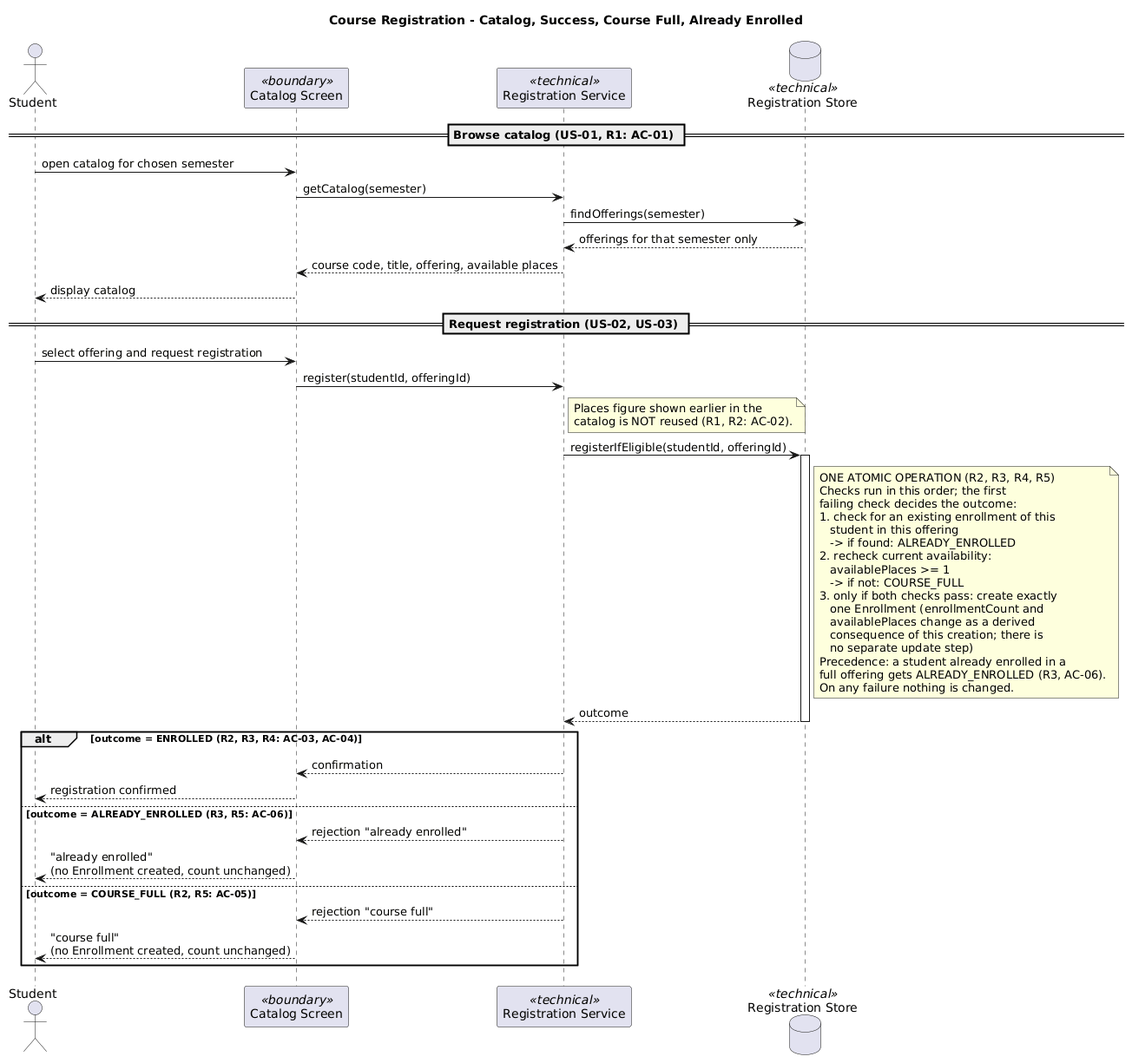
AknietBarakhan/se-practice keeps this PlantUML diagram as sis-02/models/img/sequence.png. Above is the earlier version. Its source is kept beside it as sis-02/models/sequence.puml. The source it was exported from:
```plantuml
@startuml
title Course Registration - Catalog, Success, Course Full, Already Enrolled

actor Student
participant "Catalog Screen" as UI <<boundary>>
participant "Registration Service" as SVC <<technical>>
database "Registration Store" as DB <<technical>>

== Browse catalog (US-01, R1: AC-01) ==
Student -> UI : open catalog for chosen semester
UI -> SVC : getCatalog(semester)
SVC -> DB : findOfferings(semester)
DB --> SVC : offerings for that semester only
SVC --> UI : course code, title, offering, available places
UI --> Student : display catalog

== Request registration (US-02, US-03) ==
Student -> UI : select offering and request registration
UI -> SVC : register(studentId, offeringId)
note right of SVC
  Places figure shown earlier in the
  catalog is NOT reused (R1, R2: AC-02).
end note

SVC -> DB : registerIfEligible(studentId, offeringId)
activate DB
note right of DB
  ONE ATOMIC OPERATION (R2, R3, R4, R5)
  Checks run in this order; the first
  failing check decides the outcome:
  1. check for an existing enrollment of this
     student in this offering
     -> if found: ALREADY_ENROLLED
  2. recheck current availability:
     availablePlaces >= 1
     -> if not: COURSE_FULL
  3. only if both checks pass: create exactly
     one Enrollment (enrollmentCount and
     availablePlaces change as a derived
     consequence of this creation; there is
     no separate update step)
  Precedence: a student already enrolled in a
  full offering gets ALREADY_ENROLLED (R3, AC-06).
  On any failure nothing is changed.
end note
DB --> SVC : outcome
deactivate DB

alt outcome = ENROLLED (R2, R3, R4: AC-03, AC-04)
  SVC --> UI : confirmation
  UI --> Student : registration confirmed
else outcome = ALREADY_ENROLLED (R3, R5: AC-06)
  SVC --> UI : rejection "already enrolled"
  UI --> Student : "already enrolled"\n(no Enrollment created, count unchanged)
else outcome = COURSE_FULL (R2, R5: AC-05)
  SVC --> UI : rejection "course full"
  UI --> Student : "course full"\n(no Enrollment created, count unchanged)
end
@enduml
```
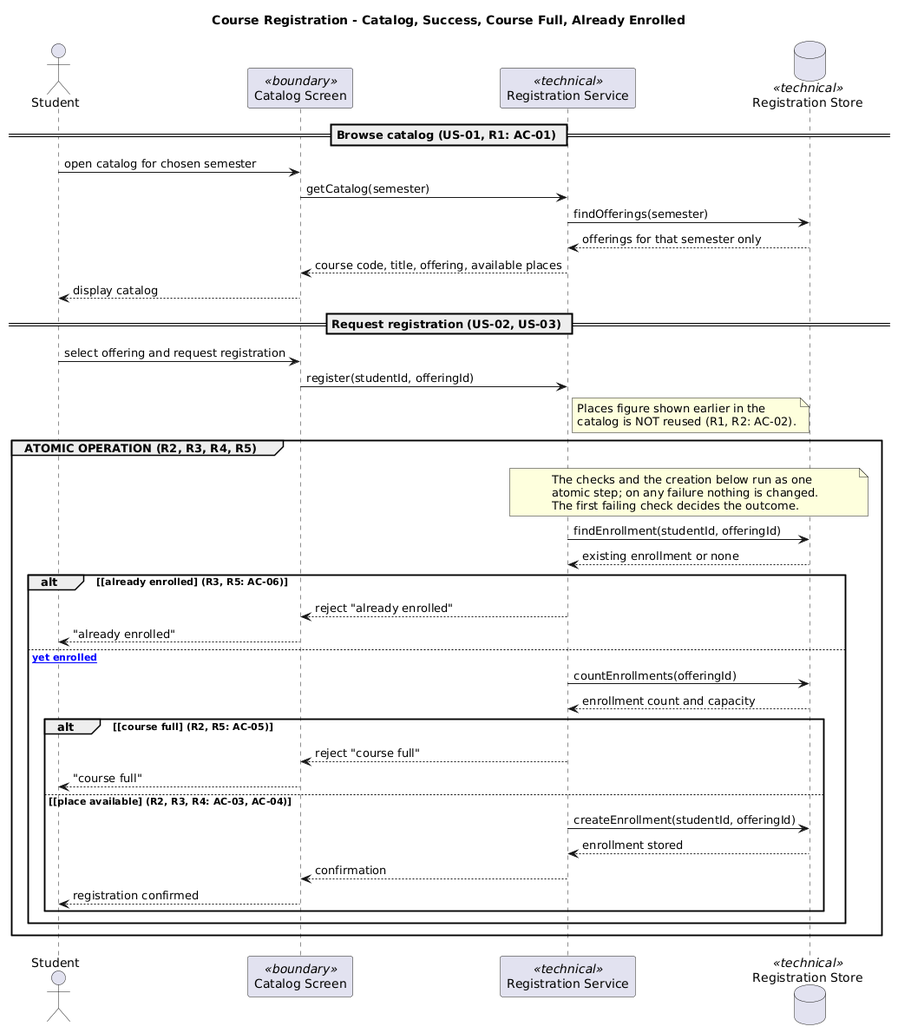
Later version of the same file.

The edit, as a diff of the source:
```diff
@@ -22,38 +22,31 @@
   catalog is NOT reused (R1, R2: AC-02).
 end note
 
-SVC -> DB : registerIfEligible(studentId, offeringId)
-activate DB
-note right of DB
-  ONE ATOMIC OPERATION (R2, R3, R4, R5)
-  Checks run in this order; the first
-  failing check decides the outcome:
-  1. check for an existing enrollment of this
-     student in this offering
-     -> if found: ALREADY_ENROLLED
-  2. recheck current availability:
-     availablePlaces >= 1
-     -> if not: COURSE_FULL
-  3. only if both checks pass: create exactly
-     one Enrollment (enrollmentCount and
-     availablePlaces change as a derived
-     consequence of this creation; there is
-     no separate update step)
-  Precedence: a student already enrolled in a
-  full offering gets ALREADY_ENROLLED (R3, AC-06).
-  On any failure nothing is changed.
-end note
-DB --> SVC : outcome
-deactivate DB
+group ATOMIC OPERATION (R2, R3, R4, R5)
+  note over SVC, DB
+    The checks and the creation below run as one
+    atomic step; on any failure nothing is changed.
+    The first failing check decides the outcome.
+  end note
 
-alt outcome = ENROLLED (R2, R3, R4: AC-03, AC-04)
-  SVC --> UI : confirmation
-  UI --> Student : registration confirmed
-else outcome = ALREADY_ENROLLED (R3, R5: AC-06)
-  SVC --> UI : rejection "already enrolled"
-  UI --> Student : "already enrolled"\n(no Enrollment created, count unchanged)
-else outcome = COURSE_FULL (R2, R5: AC-05)
-  SVC --> UI : rejection "course full"
-  UI --> Student : "course full"\n(no Enrollment created, count unchanged)
+  SVC -> DB : findEnrollment(studentId, offeringId)
+  DB --> SVC : existing enrollment or none
+
+  alt [already enrolled] (R3, R5: AC-06)
+    SVC --> UI : reject "already enrolled"
+    UI --> Student : "already enrolled"
+  else [not yet enrolled]
+    SVC -> DB : countEnrollments(offeringId)
+    DB --> SVC : enrollment count and capacity
+    alt [course full] (R2, R5: AC-05)
+      SVC --> UI : reject "course full"
+      UI --> Student : "course full"
+    else [place available] (R2, R3, R4: AC-03, AC-04)
+      SVC -> DB : createEnrollment(studentId, offeringId)
+      DB --> SVC : enrollment stored
+      SVC --> UI : confirmation
+      UI --> Student : registration confirmed
+    end
+  end
 end
 @enduml
```
